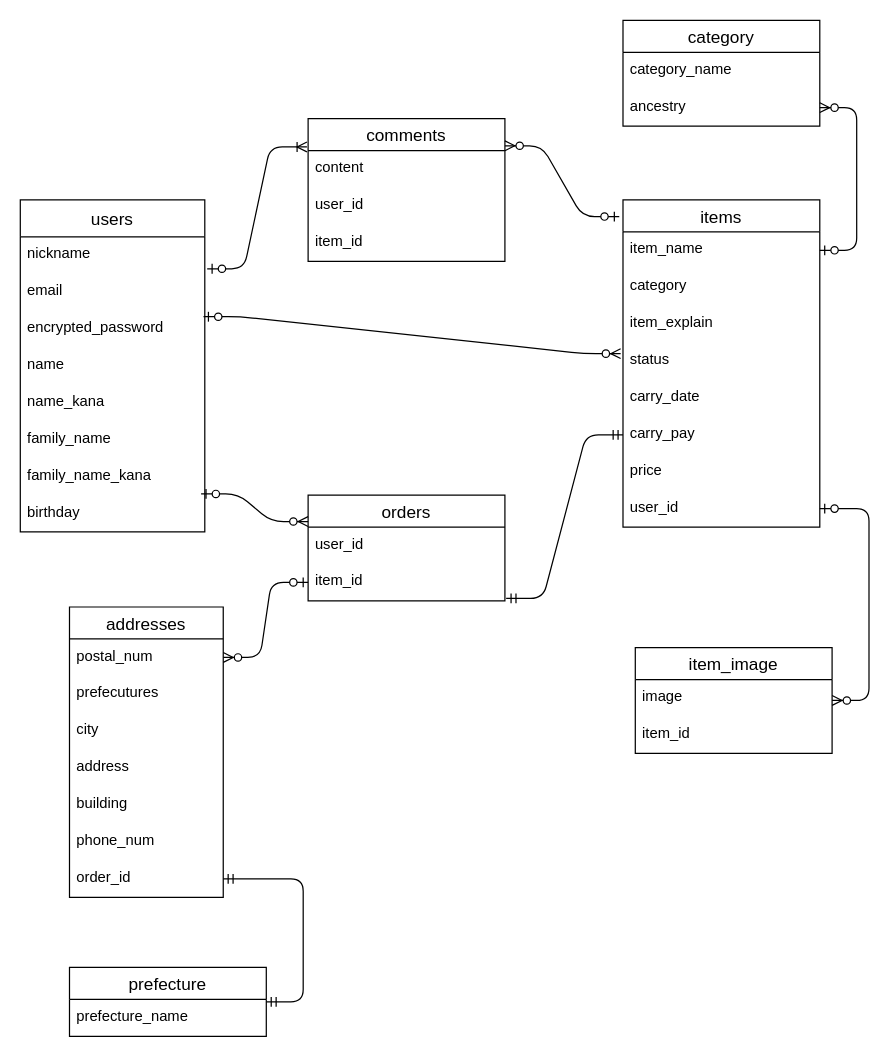
Earlier version of the draw.io diagram furima.dio (Kagiya-masahumi/furima-34262). Source tidied: cells renumbered, new cells numbered last; positions are measured from the earlier drawing's top-left corner, leaving out a move shared by most shapes. Both pictures are drawn from the tidied source at 123%, with x=0, y=0 at pixel (20, 20).
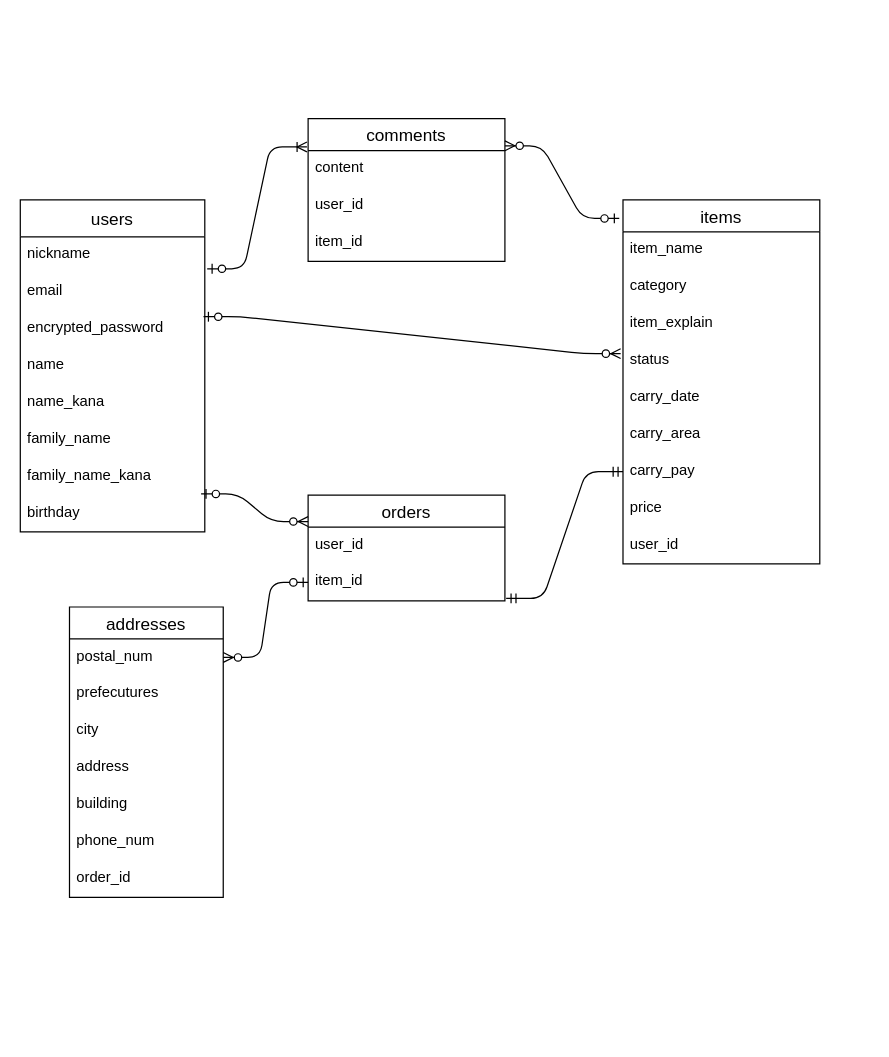
The same page after the edit.

Commit message (it also covers changes not shown here):
DB設計　修正②

The change refers to these unchanged cells:
```xml
<mxCell id="12" value="item_name" style="text;strokeColor=none;fillColor=none;spacingLeft=4;spacingRight=4;overflow=hidden;points=[[0,0.5],[1,0.5]];portConstraint=eastwest;fontSize=12;" parent="11" vertex="1">
  <mxGeometry y="26" width="160" height="30" as="geometry" />
</mxCell>
<mxCell id="36" value="order_id" style="text;strokeColor=none;fillColor=none;spacingLeft=4;spacingRight=4;overflow=hidden;points=[[0,0.5],[1,0.5]];portConstraint=eastwest;fontSize=12;" parent="29" vertex="1">
  <mxGeometry y="206" width="125" height="30" as="geometry" />
</mxCell>
```

What changed in the source:
```diff
@@
     <mxCell id="11" value="items" style="swimlane;fontStyle=0;horizontal=1;startSize=26;align=center;fontSize=14;" parent="1" vertex="1">
-      <mxGeometry x="490" y="146" width="160" height="266" as="geometry" />
+      <mxGeometry x="490" y="146" width="160" height="296" as="geometry" />
     </mxCell>
@@
+    <mxCell id="52" value="carry_area" style="text;strokeColor=none;fillColor=none;spacingLeft=4;spacingRight=4;overflow=hidden;fontSize=12;" parent="11" vertex="1">
+      <mxGeometry y="176" width="160" height="30" as="geometry" />
+    </mxCell>
     <mxCell id="17" value="carry_pay" style="text;strokeColor=none;fillColor=none;spacingLeft=4;spacingRight=4;overflow=hidden;points=[[0,0.5],[1,0.5]];portConstraint=eastwest;fontSize=12;" parent="11" vertex="1">
-      <mxGeometry y="176" width="160" height="30" as="geometry" />
+      <mxGeometry y="206" width="160" height="30" as="geometry" />
     </mxCell>
     <mxCell id="18" value="price" style="text;strokeColor=none;fillColor=none;spacingLeft=4;spacingRight=4;overflow=hidden;fontSize=12;" parent="11" vertex="1">
-      <mxGeometry y="206" width="160" height="30" as="geometry" />
+      <mxGeometry y="236" width="160" height="30" as="geometry" />
     </mxCell>
     <mxCell id="19" value="user_id" style="text;strokeColor=none;fillColor=none;spacingLeft=4;spacingRight=4;overflow=hidden;points=[[0,0.5],[1,0.5]];portConstraint=eastwest;fontSize=12;" parent="11" vertex="1">
-      <mxGeometry y="236" width="160" height="30" as="geometry" />
+      <mxGeometry y="266" width="160" height="30" as="geometry" />
     </mxCell>
@@
-    <mxCell id="39" value="item_image" style="swimlane;fontStyle=0;horizontal=1;startSize=26;align=center;fontSize=14;" parent="1" vertex="1">
-      <mxGeometry x="500" y="510" width="160" height="86" as="geometry" />
-    </mxCell>
-    <mxCell id="40" value="image" style="text;strokeColor=none;fillColor=none;spacingLeft=4;spacingRight=4;overflow=hidden;fontSize=12;" parent="39" vertex="1">
-      <mxGeometry y="26" width="160" height="30" as="geometry" />
-    </mxCell>
-    <mxCell id="41" value="item_id" style="text;strokeColor=none;fillColor=none;spacingLeft=4;spacingRight=4;overflow=hidden;fontSize=12;" parent="39" vertex="1">
-      <mxGeometry y="56" width="160" height="30" as="geometry" />
-    </mxCell>
-    <mxCell id="42" style="edgeStyle=entityRelationEdgeStyle;fontSize=12;html=1;endArrow=ERzeroToMany;startArrow=ERzeroToOne;exitX=1;exitY=0.5;exitDx=0;exitDy=0;" parent="1" edge="1" source="19" target="39">
-      <mxGeometry relative="1" as="geometry" />
-    </mxCell>
-    <mxCell id="43" value="category" style="swimlane;fontStyle=0;horizontal=1;startSize=26;align=center;fontSize=14;" parent="1" vertex="1">
-      <mxGeometry x="490" width="160" height="86" as="geometry" />
-    </mxCell>
-    <mxCell id="44" value="category_name" style="text;strokeColor=none;fillColor=none;spacingLeft=4;spacingRight=4;overflow=hidden;fontSize=12;" parent="43" vertex="1">
-      <mxGeometry y="26" width="160" height="30" as="geometry" />
-    </mxCell>
-    <mxCell id="45" value="ancestry" style="text;strokeColor=none;fillColor=none;spacingLeft=4;spacingRight=4;overflow=hidden;points=[[0,0.5],[1,0.5]];portConstraint=eastwest;fontSize=12;" parent="43" vertex="1">
-      <mxGeometry y="56" width="160" height="30" as="geometry" />
-    </mxCell>
-    <mxCell id="46" style="edgeStyle=entityRelationEdgeStyle;fontSize=12;html=1;endArrow=ERzeroToMany;startArrow=ERzeroToOne;entryX=1;entryY=0.5;entryDx=0;entryDy=0;exitX=1;exitY=0.5;exitDx=0;exitDy=0;" parent="1" edge="1" source="12" target="45">
-      <mxGeometry relative="1" as="geometry" />
-    </mxCell>
-    <mxCell id="47" value="prefecture" style="swimlane;fontStyle=0;horizontal=1;startSize=26;align=center;fontSize=14;" parent="1" vertex="1">
-      <mxGeometry x="40" y="770" width="160" height="56" as="geometry" />
-    </mxCell>
-    <mxCell id="48" value="prefecture_name" style="text;strokeColor=none;fillColor=none;spacingLeft=4;spacingRight=4;overflow=hidden;fontSize=12;" parent="47" vertex="1">
-      <mxGeometry y="26" width="160" height="30" as="geometry" />
-    </mxCell>
-    <mxCell id="49" style="edgeStyle=entityRelationEdgeStyle;fontSize=12;html=1;endArrow=ERmandOne;startArrow=ERmandOne;entryX=1;entryY=0.5;entryDx=0;entryDy=0;" parent="1" edge="1" source="47" target="36">
-      <mxGeometry relative="1" as="geometry" />
-    </mxCell>
```
